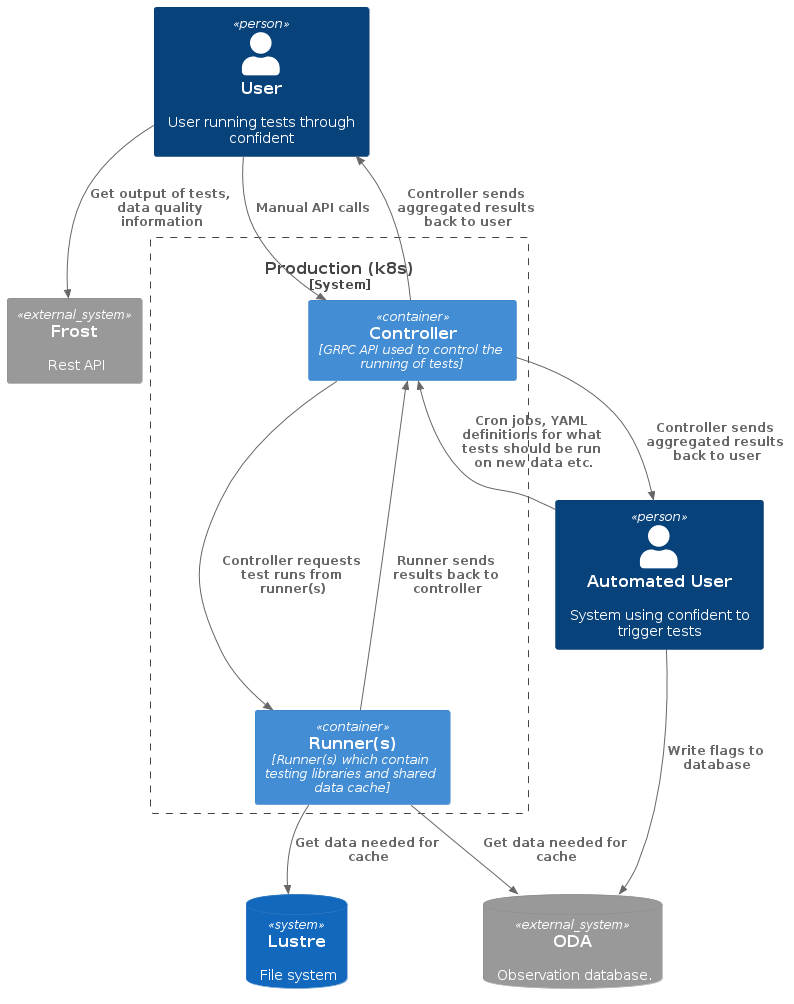
Above: docs/Confident_Context.png in metno/rove (PlantUML), before the change. The source it was exported from:
```plantuml
@startuml Confident_Context
!include https://raw.githubusercontent.com/plantuml-stdlib/C4-PlantUML/master/C4_Container.puml

LAYOUT_TOP_DOWN()

Person(user, "User", "User running tests through confident")
Person(automated_user, "Automated User", "System using confident to trigger tests")

System_Ext(frost, "Frost", "Rest API")
SystemDb_Ext(oda, "ODA", "Observation database.")
SystemDb(lustre, "Lustre", "File system")

System_Boundary(K8s, "Production (k8s)") {
  Container(controller, "Controller", "GRPC API used to control the running of tests")
  Container(runner, "Runner(s)", "Runner(s) which contain testing libraries and shared data cache")
}

Rel(controller, runner, "Controller requests test runs from runner(s)")
Rel(runner, controller, "Runner sends results back to controller")
Rel(controller, automated_user, "Controller sends aggregated results back to user")
Rel(controller, user, "Controller sends aggregated results back to user")
Rel(automated_user, oda, "Write flags to database")

Rel(user, controller, "Manual API calls")
Rel(automated_user, controller, "Cron jobs, YAML definitions for what tests should be run on new data etc.")
Rel(runner, oda, "Get data needed for cache")
Rel(runner, lustre, "Get data needed for cache")
Rel(user, frost, "Get output of tests, data quality information")
@enduml
```
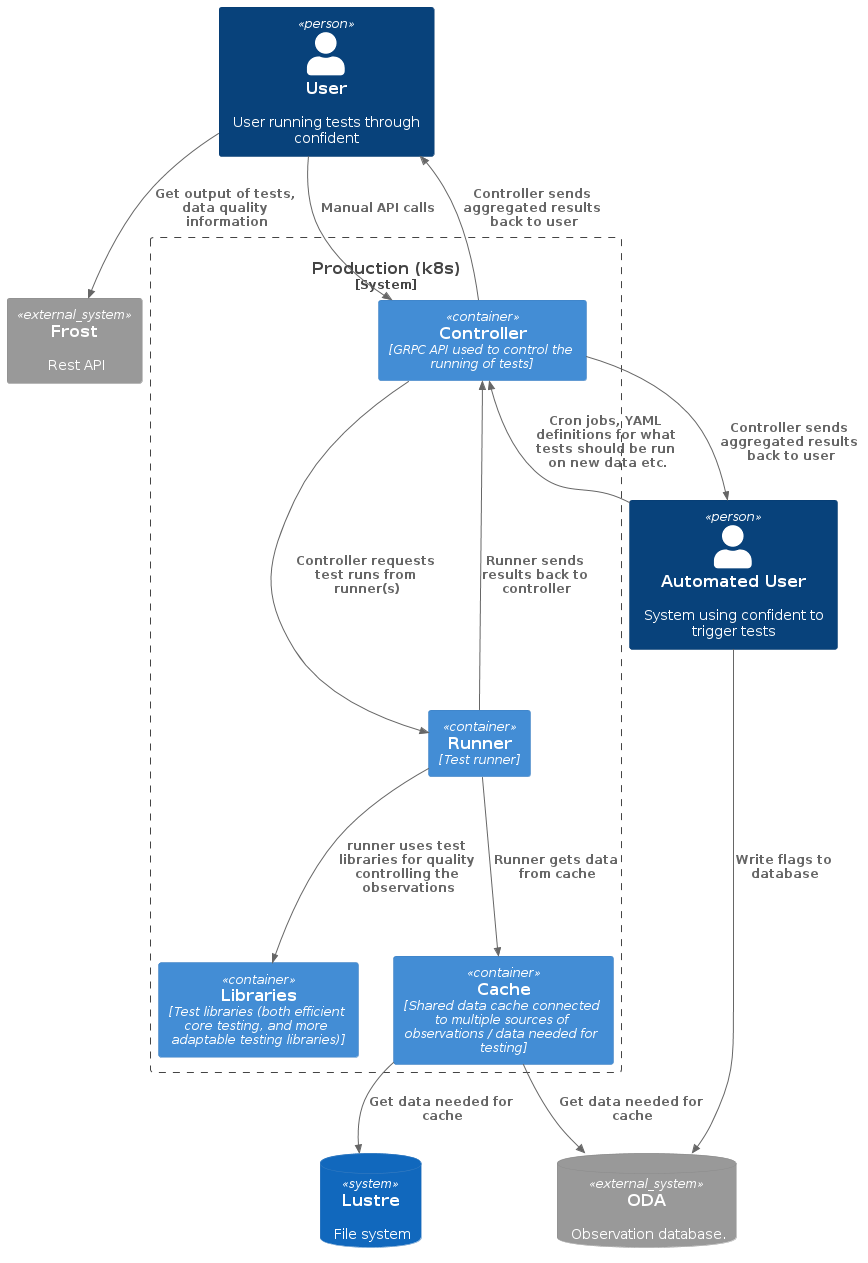
Later version of the same file.

Change to the diagram source:
```diff
@@ -12,18 +12,22 @@
 
 System_Boundary(K8s, "Production (k8s)") {
   Container(controller, "Controller", "GRPC API used to control the running of tests")
-  Container(runner, "Runner(s)", "Runner(s) which contain testing libraries and shared data cache")
+  Container(runner, "Runner", "Test runner")
+  Container(libraries, "Libraries", "Test libraries (both efficient core testing, and more adaptable testing libraries)")
+  Container(cache, "Cache", "Shared data cache connected to multiple sources of observations / data needed for testing")
 }
 
 Rel(controller, runner, "Controller requests test runs from runner(s)")
 Rel(runner, controller, "Runner sends results back to controller")
+Rel(runner, libraries, "runner uses test libraries for quality controlling the observations")
+Rel(runner, cache, "Runner gets data from cache")
 Rel(controller, automated_user, "Controller sends aggregated results back to user")
 Rel(controller, user, "Controller sends aggregated results back to user")
 Rel(automated_user, oda, "Write flags to database")
 
 Rel(user, controller, "Manual API calls")
 Rel(automated_user, controller, "Cron jobs, YAML definitions for what tests should be run on new data etc.")
-Rel(runner, oda, "Get data needed for cache")
-Rel(runner, lustre, "Get data needed for cache")
+Rel(cache, oda, "Get data needed for cache")
+Rel(cache, lustre, "Get data needed for cache")
 Rel(user, frost, "Get output of tests, data quality information")
 @enduml
```
